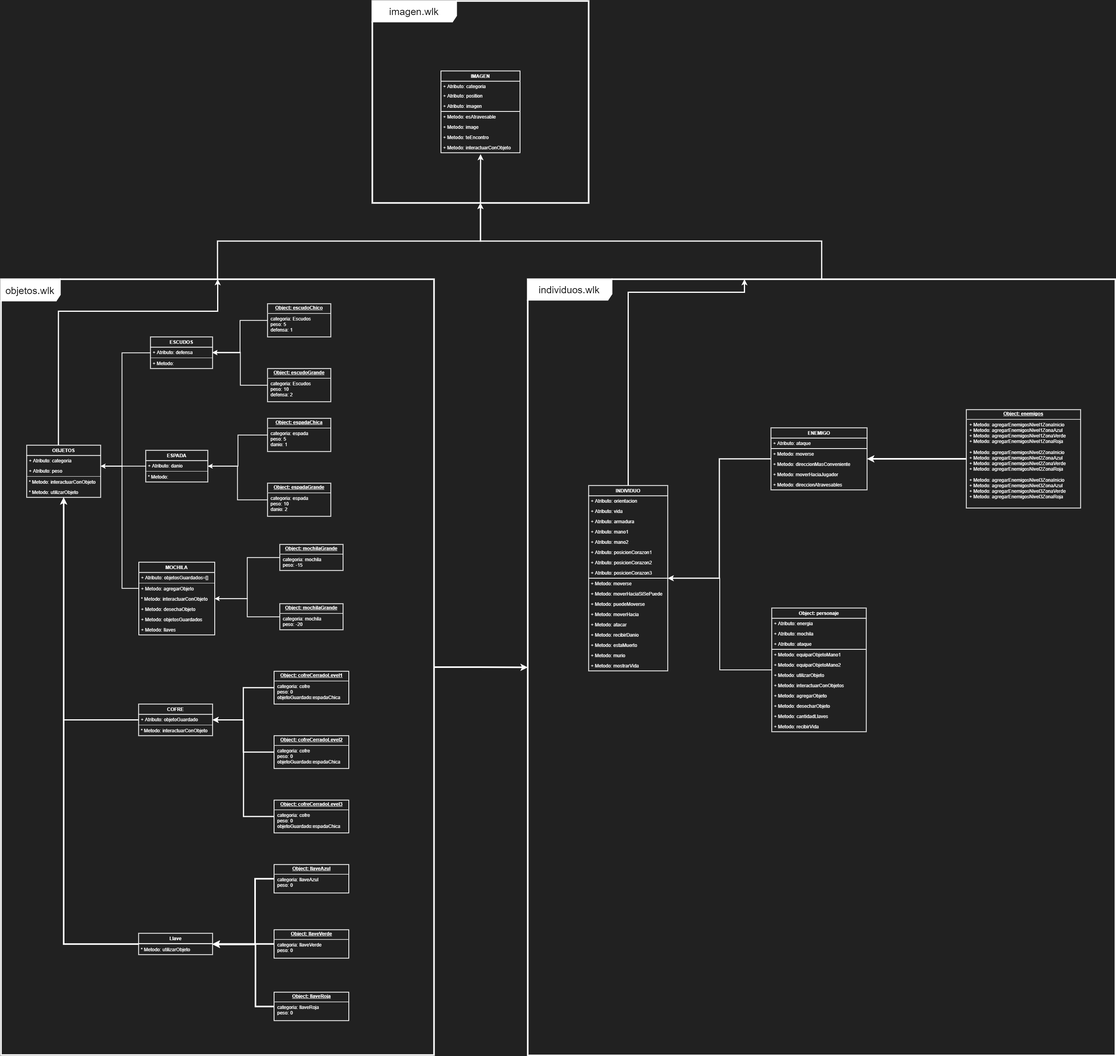
Above: picture/presentacion/tp_algo1.drawio.png in algo1unsam/2021s1-tp-grupal-juego-recursa3 (draw.io), before the change. Source tidied: cells renumbered, new cells last; positions are measured from the earlier drawing's top-left corner, leaving out a move shared by most shapes.
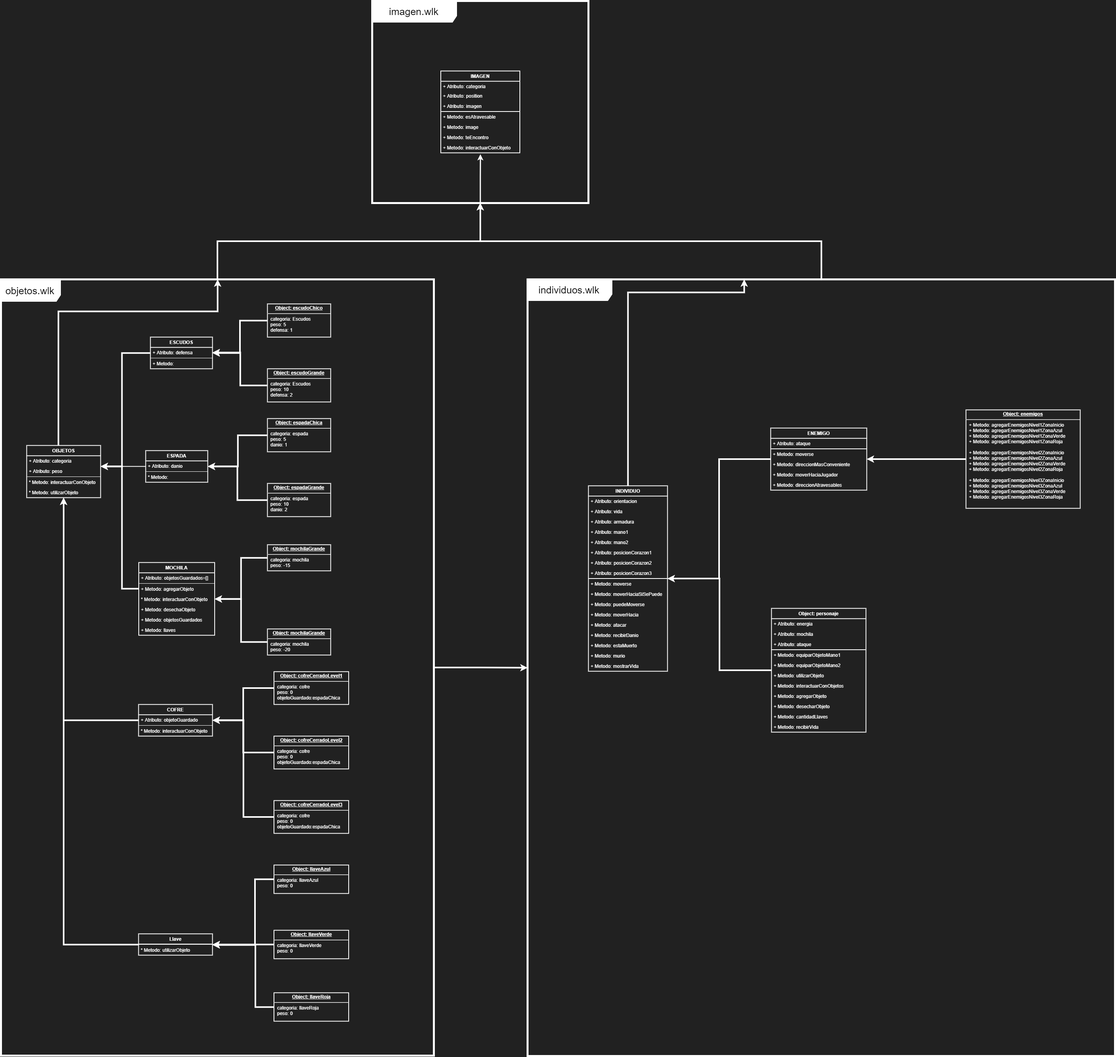
The same file after the commit.

Commit message:
Se modifica grafico

Diff of the diagram source:
```diff
@@ -10,25 +10,25 @@
         </Array>
       </mxGeometry>
     </mxCell>
-    <mxCell id="3" value="&lt;font style=&quot;font-size: 25px&quot;&gt;imagen.wlk&lt;/font&gt;" style="shape=umlFrame;whiteSpace=wrap;html=1;swimlaneFillColor=none;strokeColor=#FFFFFF;strokeWidth=4;width=212;height=52;" parent="1" vertex="1">
+    <mxCell id="3" value="&lt;font style=&quot;font-size: 25px&quot;&gt;imagen.wlk&lt;/font&gt;" style="shape=umlFrame;whiteSpace=wrap;html=1;swimlaneFillColor=none;strokeColor=#FFFFFF;strokeWidth=5;width=212;height=52;" parent="1" vertex="1">
       <mxGeometry x="939" width="547" height="511" as="geometry" />
     </mxCell>
-    <mxCell id="4" style="edgeStyle=orthogonalEdgeStyle;rounded=0;jettySize=auto;html=1;strokeColor=#FFFFFF;strokeWidth=3;" parent="1" edge="1" source="5" target="3">
+    <mxCell id="4" style="edgeStyle=orthogonalEdgeStyle;rounded=0;jettySize=auto;html=1;strokeColor=#FFFFFF;strokeWidth=4;" parent="1" edge="1" source="5" target="3">
       <mxGeometry relative="1" as="geometry" />
     </mxCell>
-    <mxCell id="5" value="&lt;font style=&quot;font-size: 25px&quot;&gt;individuos.wlk&lt;/font&gt;" style="shape=umlFrame;whiteSpace=wrap;html=1;swimlaneFillColor=none;strokeColor=#FFFFFF;strokeWidth=4;width=212;height=52;" parent="1" vertex="1">
+    <mxCell id="5" value="&lt;font style=&quot;font-size: 25px&quot;&gt;individuos.wlk&lt;/font&gt;" style="shape=umlFrame;whiteSpace=wrap;html=1;swimlaneFillColor=none;strokeColor=#FFFFFF;strokeWidth=5;width=212;height=52;" parent="1" vertex="1">
       <mxGeometry x="1332" y="704" width="1486" height="1964" as="geometry" />
     </mxCell>
     <mxCell id="6" style="edgeStyle=orthogonalEdgeStyle;rounded=0;jumpSize=7;jettySize=auto;html=1;targetPerimeterSpacing=0;strokeWidth=4;strokeColor=#FFFFFF;" parent="1" edge="1" source="8" target="5">
       <mxGeometry relative="1" as="geometry" />
     </mxCell>
-    <mxCell id="7" style="edgeStyle=orthogonalEdgeStyle;rounded=0;jettySize=auto;html=1;strokeColor=#FFFFFF;strokeWidth=3;" parent="1" edge="1" source="8" target="3">
+    <mxCell id="7" style="edgeStyle=orthogonalEdgeStyle;rounded=0;jettySize=auto;html=1;strokeColor=#FFFFFF;strokeWidth=4;" parent="1" edge="1" source="8" target="3">
       <mxGeometry relative="1" as="geometry" />
     </mxCell>
-    <mxCell id="8" value="&lt;font style=&quot;font-size: 25px&quot;&gt;objetos.wlk&lt;/font&gt;" style="shape=umlFrame;whiteSpace=wrap;html=1;swimlaneFillColor=none;strokeWidth=4;width=149;height=54;strokeColor=#FFFFFF;" parent="1" vertex="1">
+    <mxCell id="8" value="&lt;font style=&quot;font-size: 25px&quot;&gt;objetos.wlk&lt;/font&gt;" style="shape=umlFrame;whiteSpace=wrap;html=1;swimlaneFillColor=none;strokeWidth=5;width=149;height=54;strokeColor=#FFFFFF;" parent="1" vertex="1">
       <mxGeometry y="704" width="1095" height="1963" as="geometry" />
     </mxCell>
-    <mxCell id="9" style="edgeStyle=orthogonalEdgeStyle;rounded=0;jettySize=auto;html=1;strokeColor=#FFFFFF;strokeWidth=3;" parent="1" edge="1" source="10" target="5">
+    <mxCell id="9" style="edgeStyle=orthogonalEdgeStyle;rounded=0;jettySize=auto;html=1;strokeColor=#FFFFFF;strokeWidth=4;" parent="1" edge="1" source="10" target="5">
       <mxGeometry relative="1" as="geometry">
         <Array as="points">
           <mxPoint x="1586" y="737" />
@@ -93,7 +93,7 @@
     <mxCell id="28" value="+ Metodo: mostrarVida" style="text;fillColor=none;align=left;verticalAlign=top;spacingLeft=4;spacingRight=4;overflow=hidden;fontColor=#FFFFFF;strokeWidth=2;arcSize=12;" parent="10" vertex="1">
       <mxGeometry y="443" width="200" height="26" as="geometry" />
     </mxCell>
-    <mxCell id="29" style="edgeStyle=orthogonalEdgeStyle;rounded=0;jettySize=auto;html=1;strokeColor=#FFFFFF;strokeWidth=2;" parent="1" edge="1" source="30" target="39">
+    <mxCell id="29" style="edgeStyle=orthogonalEdgeStyle;rounded=0;jettySize=auto;html=1;strokeColor=#FFFFFF;strokeWidth=4;" parent="1" edge="1" source="30" target="39">
       <mxGeometry relative="1" as="geometry">
         <Array as="points">
           <mxPoint x="306" y="1486" />
@@ -125,7 +125,7 @@
     <mxCell id="37" value="+ Metodo: llaves" style="text;fillColor=none;align=left;verticalAlign=top;spacingLeft=4;spacingRight=4;overflow=hidden;fontColor=#FFFFFF;strokeWidth=2;" parent="30" vertex="1">
       <mxGeometry y="158" width="192" height="26" as="geometry" />
     </mxCell>
-    <mxCell id="38" style="edgeStyle=orthogonalEdgeStyle;rounded=0;jettySize=auto;html=1;strokeColor=#FFFFFF;strokeWidth=3;" parent="1" edge="1" source="39" target="8">
+    <mxCell id="38" style="edgeStyle=orthogonalEdgeStyle;rounded=0;jettySize=auto;html=1;strokeColor=#FFFFFF;strokeWidth=4;" parent="1" edge="1" source="39" target="8">
       <mxGeometry relative="1" as="geometry">
         <Array as="points">
           <mxPoint x="145" y="785" />
@@ -151,7 +151,7 @@
     <mxCell id="44" value="* Metodo: utilizarObjeto" style="text;fillColor=none;align=left;verticalAlign=top;spacingLeft=4;spacingRight=4;overflow=hidden;fontColor=#FFFFFF;strokeWidth=2;" parent="39" vertex="1">
       <mxGeometry y="106" width="187" height="26" as="geometry" />
     </mxCell>
-    <mxCell id="45" style="edgeStyle=orthogonalEdgeStyle;rounded=0;jettySize=auto;html=1;strokeColor=#FFFFFF;strokeWidth=2;" parent="1" edge="1" source="46" target="39">
+    <mxCell id="45" style="edgeStyle=orthogonalEdgeStyle;rounded=0;jettySize=auto;html=1;strokeColor=#FFFFFF;strokeWidth=4;" parent="1" edge="1" source="46" target="39">
       <mxGeometry relative="1" as="geometry">
         <Array as="points">
           <mxPoint x="306" y="890" />
@@ -191,7 +191,7 @@
     <mxCell id="54" value="* Metodo: " style="text;fillColor=none;align=left;verticalAlign=top;spacingLeft=4;spacingRight=4;overflow=hidden;fontColor=#FFFFFF;strokeWidth=2;" parent="51" vertex="1">
       <mxGeometry y="54" width="157" height="26" as="geometry" />
     </mxCell>
-    <mxCell id="55" style="edgeStyle=orthogonalEdgeStyle;rounded=0;jettySize=auto;html=1;strokeColor=#FFFFFF;strokeWidth=2;" parent="1" edge="1" source="56" target="51">
+    <mxCell id="55" style="edgeStyle=orthogonalEdgeStyle;rounded=0;jettySize=auto;html=1;strokeColor=#FFFFFF;strokeWidth=4;" parent="1" edge="1" source="56" target="51">
       <mxGeometry relative="1" as="geometry">
         <Array as="points">
           <mxPoint x="599" y="1098" />
@@ -202,7 +202,7 @@
     <mxCell id="56" value="&lt;p style=&quot;margin: 0px ; margin-top: 4px ; text-align: center ; text-decoration: underline&quot;&gt;&lt;b&gt;Object: espadaChica&lt;/b&gt;&lt;/p&gt;&lt;hr&gt;&lt;p style=&quot;margin: 0px ; margin-left: 8px&quot;&gt;categoria: espada&lt;/p&gt;&lt;p style=&quot;margin: 0px ; margin-left: 8px&quot;&gt;peso: 5&lt;/p&gt;&lt;p style=&quot;margin: 0px ; margin-left: 8px&quot;&gt;danio: 1&lt;/p&gt;" style="verticalAlign=top;align=left;overflow=fill;fontSize=12;fontFamily=Helvetica;html=1;shadow=0;strokeWidth=2;strokeColor=#FFFFFF;fillColor=none;fontColor=#FFFFFF;" parent="1" vertex="1">
       <mxGeometry x="674" y="1056" width="160" height="84" as="geometry" />
     </mxCell>
-    <mxCell id="57" style="edgeStyle=orthogonalEdgeStyle;rounded=0;jettySize=auto;html=1;strokeColor=#FFFFFF;strokeWidth=2;" parent="1" edge="1" source="58" target="51">
+    <mxCell id="57" style="edgeStyle=orthogonalEdgeStyle;rounded=0;jettySize=auto;html=1;strokeColor=#FFFFFF;strokeWidth=4;" parent="1" edge="1" source="58" target="51">
       <mxGeometry relative="1" as="geometry">
         <Array as="points">
           <mxPoint x="598" y="1262" />
@@ -213,25 +213,25 @@
     <mxCell id="58" value="&lt;p style=&quot;margin: 0px ; margin-top: 4px ; text-align: center ; text-decoration: underline&quot;&gt;&lt;b&gt;Object: espadaGrande&lt;/b&gt;&lt;/p&gt;&lt;hr&gt;&lt;p style=&quot;margin: 0px ; margin-left: 8px&quot;&gt;categoria: espada&lt;/p&gt;&lt;p style=&quot;margin: 0px ; margin-left: 8px&quot;&gt;peso: 10&lt;/p&gt;&lt;p style=&quot;margin: 0px ; margin-left: 8px&quot;&gt;danio: 2&lt;/p&gt;" style="verticalAlign=top;align=left;overflow=fill;fontSize=12;fontFamily=Helvetica;html=1;shadow=0;strokeWidth=2;strokeColor=#FFFFFF;fillColor=none;fontColor=#FFFFFF;" parent="1" vertex="1">
       <mxGeometry x="674" y="1220" width="160" height="84" as="geometry" />
     </mxCell>
-    <mxCell id="59" style="edgeStyle=orthogonalEdgeStyle;rounded=0;jettySize=auto;html=1;strokeColor=#FFFFFF;strokeWidth=2;" parent="1" edge="1" source="60" target="30">
+    <mxCell id="59" style="edgeStyle=orthogonalEdgeStyle;rounded=0;jettySize=auto;html=1;strokeColor=#FFFFFF;strokeWidth=4;" parent="1" edge="1" source="60" target="30">
       <mxGeometry relative="1" as="geometry" />
     </mxCell>
     <mxCell id="60" value="&lt;p style=&quot;margin: 0px ; margin-top: 4px ; text-align: center ; text-decoration: underline&quot;&gt;&lt;b&gt;Object: mochilaGrande&lt;/b&gt;&lt;/p&gt;&lt;hr&gt;&lt;p style=&quot;margin: 0px ; margin-left: 8px&quot;&gt;categoria: mochila&lt;/p&gt;&lt;p style=&quot;margin: 0px ; margin-left: 8px&quot;&gt;peso: -15&lt;/p&gt;" style="verticalAlign=top;align=left;overflow=fill;fontSize=12;fontFamily=Helvetica;html=1;shadow=0;strokeWidth=2;strokeColor=#FFFFFF;fillColor=none;fontColor=#FFFFFF;" parent="1" vertex="1">
-      <mxGeometry x="705" y="1375" width="160" height="66" as="geometry" />
+      <mxGeometry x="674" y="1375" width="160" height="66" as="geometry" />
     </mxCell>
-    <mxCell id="61" style="edgeStyle=orthogonalEdgeStyle;rounded=0;jettySize=auto;html=1;strokeColor=#FFFFFF;strokeWidth=2;" parent="1" edge="1" source="62" target="30">
+    <mxCell id="61" style="edgeStyle=orthogonalEdgeStyle;rounded=0;jettySize=auto;html=1;strokeColor=#FFFFFF;strokeWidth=4;" parent="1" edge="1" source="62" target="30">
       <mxGeometry relative="1" as="geometry" />
     </mxCell>
     <mxCell id="62" value="&lt;p style=&quot;margin: 0px ; margin-top: 4px ; text-align: center ; text-decoration: underline&quot;&gt;&lt;b&gt;Object: mochilaGrande&lt;/b&gt;&lt;/p&gt;&lt;hr&gt;&lt;p style=&quot;margin: 0px ; margin-left: 8px&quot;&gt;categoria: mochila&lt;/p&gt;&lt;p style=&quot;margin: 0px ; margin-left: 8px&quot;&gt;peso: -20&lt;/p&gt;" style="verticalAlign=top;align=left;overflow=fill;fontSize=12;fontFamily=Helvetica;html=1;shadow=0;strokeWidth=2;strokeColor=#FFFFFF;fillColor=none;fontColor=#FFFFFF;" parent="1" vertex="1">
-      <mxGeometry x="705" y="1525" width="160" height="66" as="geometry" />
+      <mxGeometry x="674" y="1588" width="160" height="66" as="geometry" />
     </mxCell>
-    <mxCell id="63" style="edgeStyle=orthogonalEdgeStyle;rounded=0;jettySize=auto;html=1;strokeColor=#FFFFFF;strokeWidth=2;" parent="1" edge="1" source="64" target="46">
+    <mxCell id="63" style="edgeStyle=orthogonalEdgeStyle;rounded=0;jettySize=auto;html=1;strokeColor=#FFFFFF;strokeWidth=4;" parent="1" edge="1" source="64" target="46">
       <mxGeometry relative="1" as="geometry" />
     </mxCell>
     <mxCell id="64" value="&lt;p style=&quot;margin: 0px ; margin-top: 4px ; text-align: center ; text-decoration: underline&quot;&gt;&lt;b&gt;Object: escudoChico&lt;/b&gt;&lt;/p&gt;&lt;hr&gt;&lt;p style=&quot;margin: 0px ; margin-left: 8px&quot;&gt;categoria: Escudos&lt;/p&gt;&lt;p style=&quot;margin: 0px ; margin-left: 8px&quot;&gt;peso: 5&lt;/p&gt;&lt;p style=&quot;margin: 0px ; margin-left: 8px&quot;&gt;defensa: 1&lt;/p&gt;" style="verticalAlign=top;align=left;overflow=fill;fontSize=12;fontFamily=Helvetica;html=1;shadow=0;strokeWidth=2;strokeColor=#FFFFFF;fillColor=none;fontColor=#FFFFFF;" parent="1" vertex="1">
       <mxGeometry x="674" y="766" width="160" height="84" as="geometry" />
     </mxCell>
-    <mxCell id="65" style="edgeStyle=orthogonalEdgeStyle;rounded=0;jettySize=auto;html=1;entryX=1;entryY=0.5;entryDx=0;entryDy=0;strokeColor=#FFFFFF;strokeWidth=2;" parent="1" edge="1" source="66" target="47">
+    <mxCell id="65" style="edgeStyle=orthogonalEdgeStyle;rounded=0;jettySize=auto;html=1;entryX=1;entryY=0.5;entryDx=0;entryDy=0;strokeColor=#FFFFFF;strokeWidth=4;" parent="1" edge="1" source="66" target="47">
       <mxGeometry relative="1" as="geometry">
         <Array as="points">
           <mxPoint x="605" y="972" />
@@ -242,7 +242,7 @@
     <mxCell id="66" value="&lt;p style=&quot;margin: 0px ; margin-top: 4px ; text-align: center ; text-decoration: underline&quot;&gt;&lt;b&gt;Object: escudoGrande&lt;/b&gt;&lt;/p&gt;&lt;hr&gt;&lt;p style=&quot;margin: 0px ; margin-left: 8px&quot;&gt;categoria: Escudos&lt;/p&gt;&lt;p style=&quot;margin: 0px ; margin-left: 8px&quot;&gt;peso: 10&lt;/p&gt;&lt;p style=&quot;margin: 0px ; margin-left: 8px&quot;&gt;defensa: 2&lt;/p&gt;" style="verticalAlign=top;align=left;overflow=fill;fontSize=12;fontFamily=Helvetica;html=1;shadow=0;strokeWidth=2;strokeColor=#FFFFFF;fillColor=none;fontColor=#FFFFFF;" parent="1" vertex="1">
       <mxGeometry x="674" y="930" width="160" height="84" as="geometry" />
     </mxCell>
-    <mxCell id="67" style="edgeStyle=orthogonalEdgeStyle;rounded=0;jettySize=auto;html=1;strokeWidth=2;strokeColor=#FFFFFF;" parent="1" edge="1" source="68" target="10">
+    <mxCell id="67" style="edgeStyle=orthogonalEdgeStyle;rounded=0;jettySize=auto;html=1;strokeWidth=4;strokeColor=#FFFFFF;" parent="1" edge="1" source="68" target="10">
       <mxGeometry relative="1" as="geometry" />
     </mxCell>
     <mxCell id="68" value="Object: personaje" style="swimlane;fontStyle=1;align=center;verticalAlign=top;horizontal=1;startSize=26;fillColor=none;strokeWidth=2;fontColor=#FFFFFF;strokeColor=#FFFFFF;" parent="1" vertex="1">
@@ -311,7 +311,7 @@
     <mxCell id="89" value="+ Metodo: interactuarConObjeto" style="text;fillColor=none;align=left;verticalAlign=top;spacingLeft=4;spacingRight=4;overflow=hidden;points=[[0,0.5],[1,0.5]];portConstraint=eastwest;fontColor=#FFFFFF;strokeWidth=2;portConstraintRotation=0;snapToPoint=0;arcSize=12;" parent="81" vertex="1">
       <mxGeometry y="181" width="200" height="26" as="geometry" />
     </mxCell>
-    <mxCell id="90" style="edgeStyle=orthogonalEdgeStyle;rounded=0;jettySize=auto;html=1;strokeColor=#FFFFFF;strokeWidth=3;" parent="1" edge="1" source="91" target="39">
+    <mxCell id="90" style="edgeStyle=orthogonalEdgeStyle;rounded=0;jettySize=auto;html=1;strokeColor=#FFFFFF;strokeWidth=4;" parent="1" edge="1" source="91" target="39">
       <mxGeometry relative="1" as="geometry" />
     </mxCell>
     <mxCell id="91" value="COFRE" style="swimlane;fontStyle=1;align=center;verticalAlign=top;horizontal=1;startSize=26;fillColor=none;strokeWidth=2;fontColor=#FFFFFF;strokeColor=#FFFFFF;" parent="1" vertex="1">
@@ -326,19 +326,19 @@
     <mxCell id="94" value="* Metodo: interactuarConObjeto" style="text;fillColor=none;align=left;verticalAlign=top;spacingLeft=4;spacingRight=4;overflow=hidden;fontColor=#FFFFFF;strokeWidth=2;" parent="91" vertex="1">
       <mxGeometry y="54" width="187" height="26" as="geometry" />
     </mxCell>
-    <mxCell id="95" style="edgeStyle=orthogonalEdgeStyle;rounded=0;jettySize=auto;html=1;strokeColor=#FFFFFF;strokeWidth=3;" parent="1" edge="1" source="96" target="91">
+    <mxCell id="95" style="edgeStyle=orthogonalEdgeStyle;rounded=0;jettySize=auto;html=1;strokeColor=#FFFFFF;strokeWidth=4;" parent="1" edge="1" source="96" target="91">
       <mxGeometry relative="1" as="geometry" />
     </mxCell>
     <mxCell id="96" value="&lt;p style=&quot;margin: 0px ; margin-top: 4px ; text-align: center ; text-decoration: underline&quot;&gt;&lt;b&gt;Object: cofreCerradoLevel1&lt;/b&gt;&lt;/p&gt;&lt;hr&gt;&lt;p style=&quot;margin: 0px ; margin-left: 8px&quot;&gt;categoria: cofre&lt;/p&gt;&lt;p style=&quot;margin: 0px ; margin-left: 8px&quot;&gt;peso: 0&lt;/p&gt;&lt;p style=&quot;margin: 0px ; margin-left: 8px&quot;&gt;objetoGuardado:espadaChica&lt;/p&gt;" style="verticalAlign=top;align=left;overflow=fill;fontSize=12;fontFamily=Helvetica;html=1;shadow=0;strokeWidth=2;strokeColor=#FFFFFF;fillColor=none;fontColor=#FFFFFF;" parent="1" vertex="1">
       <mxGeometry x="690.5" y="1696" width="189" height="83" as="geometry" />
     </mxCell>
-    <mxCell id="97" style="edgeStyle=orthogonalEdgeStyle;rounded=0;jettySize=auto;html=1;strokeColor=#FFFFFF;strokeWidth=3;" parent="1" edge="1" source="98" target="91">
+    <mxCell id="97" style="edgeStyle=orthogonalEdgeStyle;rounded=0;jettySize=auto;html=1;strokeColor=#FFFFFF;strokeWidth=4;" parent="1" edge="1" source="98" target="91">
       <mxGeometry relative="1" as="geometry" />
     </mxCell>
     <mxCell id="98" value="&lt;p style=&quot;margin: 0px ; margin-top: 4px ; text-align: center ; text-decoration: underline&quot;&gt;&lt;b&gt;Object: cofreCerradoLevel2&lt;/b&gt;&lt;/p&gt;&lt;hr&gt;&lt;p style=&quot;margin: 0px ; margin-left: 8px&quot;&gt;categoria: cofre&lt;/p&gt;&lt;p style=&quot;margin: 0px ; margin-left: 8px&quot;&gt;peso: 0&lt;/p&gt;&lt;p style=&quot;margin: 0px ; margin-left: 8px&quot;&gt;objetoGuardado:espadaChica&lt;/p&gt;" style="verticalAlign=top;align=left;overflow=fill;fontSize=12;fontFamily=Helvetica;html=1;shadow=0;strokeWidth=2;strokeColor=#FFFFFF;fillColor=none;fontColor=#FFFFFF;" parent="1" vertex="1">
       <mxGeometry x="690.5" y="1859" width="189" height="83" as="geometry" />
     </mxCell>
-    <mxCell id="99" style="edgeStyle=orthogonalEdgeStyle;rounded=0;jettySize=auto;html=1;strokeColor=#FFFFFF;strokeWidth=3;" parent="1" edge="1" source="100" target="91">
+    <mxCell id="99" style="edgeStyle=orthogonalEdgeStyle;rounded=0;jettySize=auto;html=1;strokeColor=#FFFFFF;strokeWidth=4;" parent="1" edge="1" source="100" target="91">
       <mxGeometry relative="1" as="geometry">
         <Array as="points">
           <mxPoint x="613" y="2064" />
@@ -349,7 +349,7 @@
     <mxCell id="100" value="&lt;p style=&quot;margin: 0px ; margin-top: 4px ; text-align: center ; text-decoration: underline&quot;&gt;&lt;b&gt;Object: cofreCerradoLevel3&lt;/b&gt;&lt;/p&gt;&lt;hr&gt;&lt;p style=&quot;margin: 0px ; margin-left: 8px&quot;&gt;categoria: cofre&lt;/p&gt;&lt;p style=&quot;margin: 0px ; margin-left: 8px&quot;&gt;peso: 0&lt;/p&gt;&lt;p style=&quot;margin: 0px ; margin-left: 8px&quot;&gt;objetoGuardado:espadaChica&lt;/p&gt;" style="verticalAlign=top;align=left;overflow=fill;fontSize=12;fontFamily=Helvetica;html=1;shadow=0;strokeWidth=2;strokeColor=#FFFFFF;fillColor=none;fontColor=#FFFFFF;" parent="1" vertex="1">
       <mxGeometry x="690.5" y="2022" width="189" height="83" as="geometry" />
     </mxCell>
-    <mxCell id="101" style="edgeStyle=orthogonalEdgeStyle;rounded=0;jettySize=auto;html=1;strokeColor=#FFFFFF;strokeWidth=3;" parent="1" edge="1" source="102" target="10">
+    <mxCell id="101" style="edgeStyle=orthogonalEdgeStyle;rounded=0;jettySize=auto;html=1;strokeColor=#FFFFFF;strokeWidth=4;" parent="1" edge="1" source="102" target="10">
       <mxGeometry relative="1" as="geometry" />
     </mxCell>
     <mxCell id="102" value="ENEMIGO" style="swimlane;fontStyle=1;align=center;verticalAlign=top;horizontal=1;startSize=26;fillColor=none;strokeWidth=2;fontColor=#FFFFFF;strokeColor=#FFFFFF;" parent="1" vertex="1">
```
